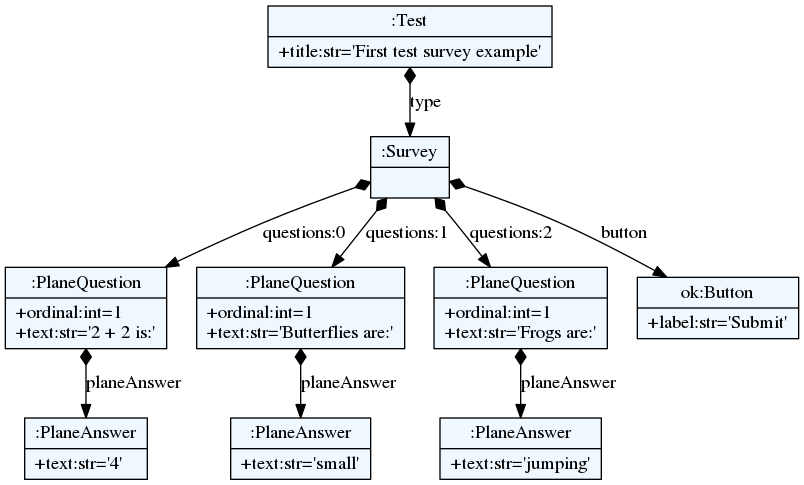
This is quiz/example1.png from igen-ftn/quizgen, a Graphviz export, as it was before one commit. Its source is kept beside it as quiz/example1.dot. Source of this version:
```dot
    digraph xtext {
    fontname = "Bitstream Vera Sans"
    fontsize = 8
    node[
        shape=record,
        style=filled,
        fillcolor=aliceblue
    ]
    nodesep = 0.3
    edge[dir=black,arrowtail=empty]


140619228502728 -> 140619226738136 [label="type" arrowtail=diamond dir=both]
140619226738136 -> 140619226736568 [label="questions:0" arrowtail=diamond dir=both]
140619226736568 -> 140619226735504 [label="planeAnswer" arrowtail=diamond dir=both]
140619226735504[label="{:PlaneAnswer|+text:str='4'\l}"]
140619226736568[label="{:PlaneQuestion|+ordinal:int=1\l+text:str='2 + 2 is:'\l}"]
140619226738136 -> 140619226738584 [label="questions:1" arrowtail=diamond dir=both]
140619226738584 -> 140619226735168 [label="planeAnswer" arrowtail=diamond dir=both]
140619226735168[label="{:PlaneAnswer|+text:str='small'\l}"]
140619226738584[label="{:PlaneQuestion|+ordinal:int=1\l+text:str='Butterflies are:'\l}"]
140619226738136 -> 140619226735560 [label="questions:2" arrowtail=diamond dir=both]
140619226735560 -> 140619226735224 [label="planeAnswer" arrowtail=diamond dir=both]
140619226735224[label="{:PlaneAnswer|+text:str='jumping'\l}"]
140619226735560[label="{:PlaneQuestion|+ordinal:int=1\l+text:str='Frogs are:'\l}"]
140619226738136 -> 140619226736512 [label="button" arrowtail=diamond dir=both]
140619226736512[label="{ok:Button|+label:str='Submit'\l}"]
140619226738136[label="{:Survey|}"]
140619228502728[label="{:Test|+title:str='First test survey example'\l}"]

}
```
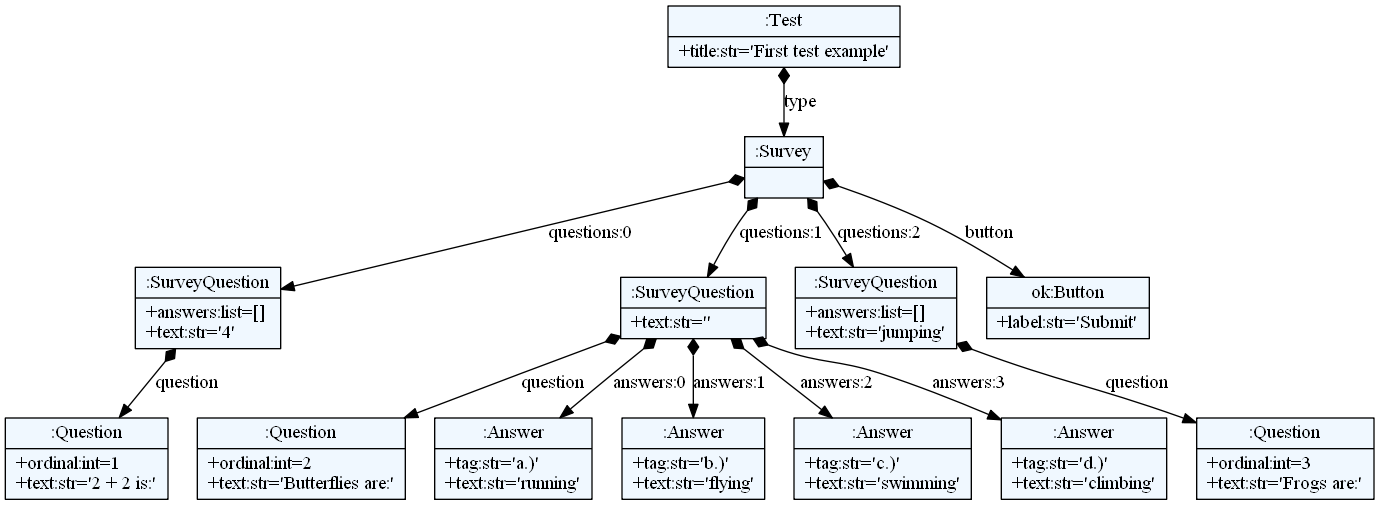
The same diagram one commit later.

Diff of the diagram source:
```diff
@@ -10,22 +10,30 @@
     edge[dir=black,arrowtail=empty]
 
 
-140619228502728 -> 140619226738136 [label="type" arrowtail=diamond dir=both]
-140619226738136 -> 140619226736568 [label="questions:0" arrowtail=diamond dir=both]
-140619226736568 -> 140619226735504 [label="planeAnswer" arrowtail=diamond dir=both]
-140619226735504[label="{:PlaneAnswer|+text:str='4'\l}"]
-140619226736568[label="{:PlaneQuestion|+ordinal:int=1\l+text:str='2 + 2 is:'\l}"]
-140619226738136 -> 140619226738584 [label="questions:1" arrowtail=diamond dir=both]
-140619226738584 -> 140619226735168 [label="planeAnswer" arrowtail=diamond dir=both]
-140619226735168[label="{:PlaneAnswer|+text:str='small'\l}"]
-140619226738584[label="{:PlaneQuestion|+ordinal:int=1\l+text:str='Butterflies are:'\l}"]
-140619226738136 -> 140619226735560 [label="questions:2" arrowtail=diamond dir=both]
-140619226735560 -> 140619226735224 [label="planeAnswer" arrowtail=diamond dir=both]
-140619226735224[label="{:PlaneAnswer|+text:str='jumping'\l}"]
-140619226735560[label="{:PlaneQuestion|+ordinal:int=1\l+text:str='Frogs are:'\l}"]
-140619226738136 -> 140619226736512 [label="button" arrowtail=diamond dir=both]
-140619226736512[label="{ok:Button|+label:str='Submit'\l}"]
-140619226738136[label="{:Survey|}"]
-140619228502728[label="{:Test|+title:str='First test survey example'\l}"]
+2153165062328 -> 2153165147888 [label="type" arrowtail=diamond dir=both]
+2153165147888 -> 2153165136224 [label="questions:0" arrowtail=diamond dir=both]
+2153165136224 -> 2153165136392 [label="question" arrowtail=diamond dir=both]
+2153165136392[label="{:Question|+ordinal:int=1\l+text:str='2 + 2 is:'\l}"]
+2153165136224[label="{:SurveyQuestion|+answers:list=[]\l+text:str='4'\l}"]
+2153165147888 -> 2153165136336 [label="questions:1" arrowtail=diamond dir=both]
+2153165136336 -> 2153165136616 [label="question" arrowtail=diamond dir=both]
+2153165136616[label="{:Question|+ordinal:int=2\l+text:str='Butterflies are:'\l}"]
+2153165136336 -> 2153165136728 [label="answers:0" arrowtail=diamond dir=both]
+2153165136728[label="{:Answer|+tag:str='a.)'\l+text:str='running'\l}"]
+2153165136336 -> 2153165136784 [label="answers:1" arrowtail=diamond dir=both]
+2153165136784[label="{:Answer|+tag:str='b.)'\l+text:str='flying'\l}"]
+2153165136336 -> 2153165136952 [label="answers:2" arrowtail=diamond dir=both]
+2153165136952[label="{:Answer|+tag:str='c.)'\l+text:str='swimming'\l}"]
+2153165136336 -> 2153165137120 [label="answers:3" arrowtail=diamond dir=both]
+2153165137120[label="{:Answer|+tag:str='d.)'\l+text:str='climbing'\l}"]
+2153165136336[label="{:SurveyQuestion|+text:str=''\l}"]
+2153165147888 -> 2153165136560 [label="questions:2" arrowtail=diamond dir=both]
+2153165136560 -> 2153165137288 [label="question" arrowtail=diamond dir=both]
+2153165137288[label="{:Question|+ordinal:int=3\l+text:str='Frogs are:'\l}"]
+2153165136560[label="{:SurveyQuestion|+answers:list=[]\l+text:str='jumping'\l}"]
+2153165147888 -> 2153165148112 [label="button" arrowtail=diamond dir=both]
+2153165148112[label="{ok:Button|+label:str='Submit'\l}"]
+2153165147888[label="{:Survey|}"]
+2153165062328[label="{:Test|+title:str='First test example'\l}"]
 
 }
```
